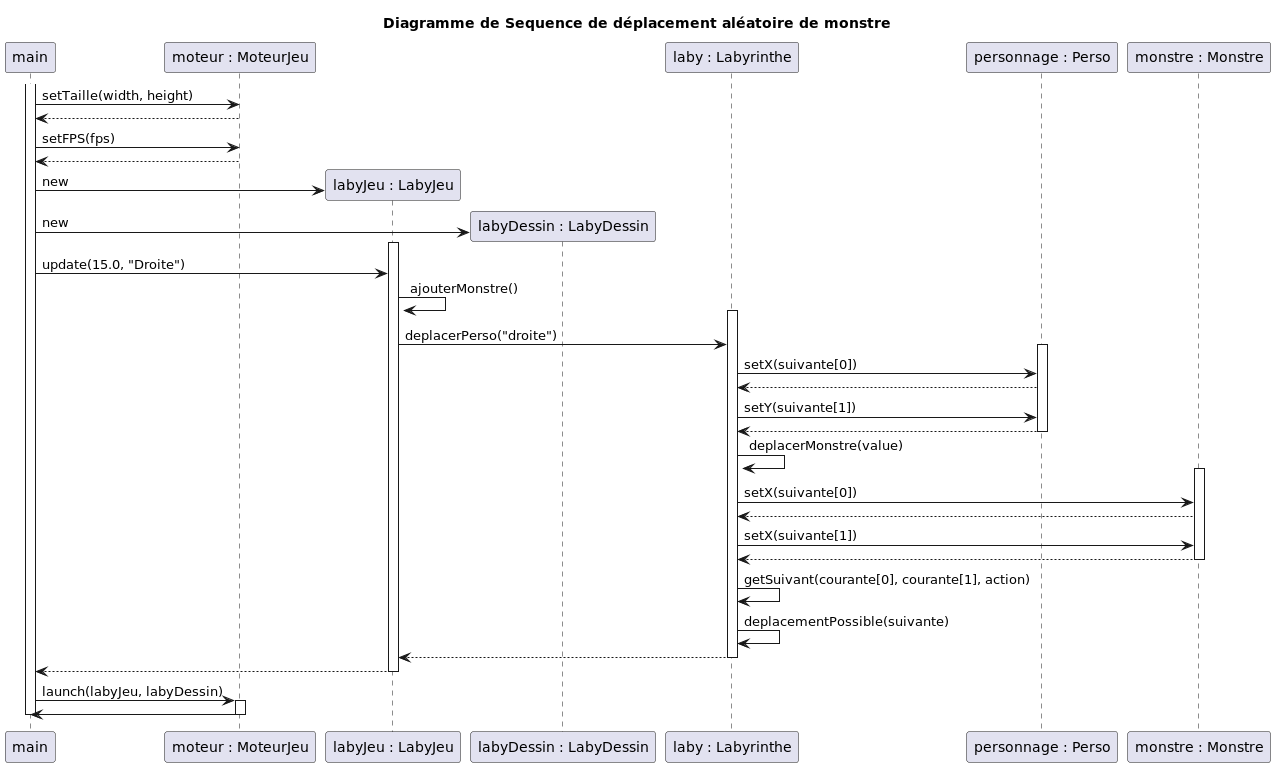
Before: documents/version_3/DiagSeqDeplacementMonstre.png, a diagram exported from PlantUML (Zhi-Sheng-Trieu/2022_Zeldiablo_Doan_Oudin_Trieu_Noel).
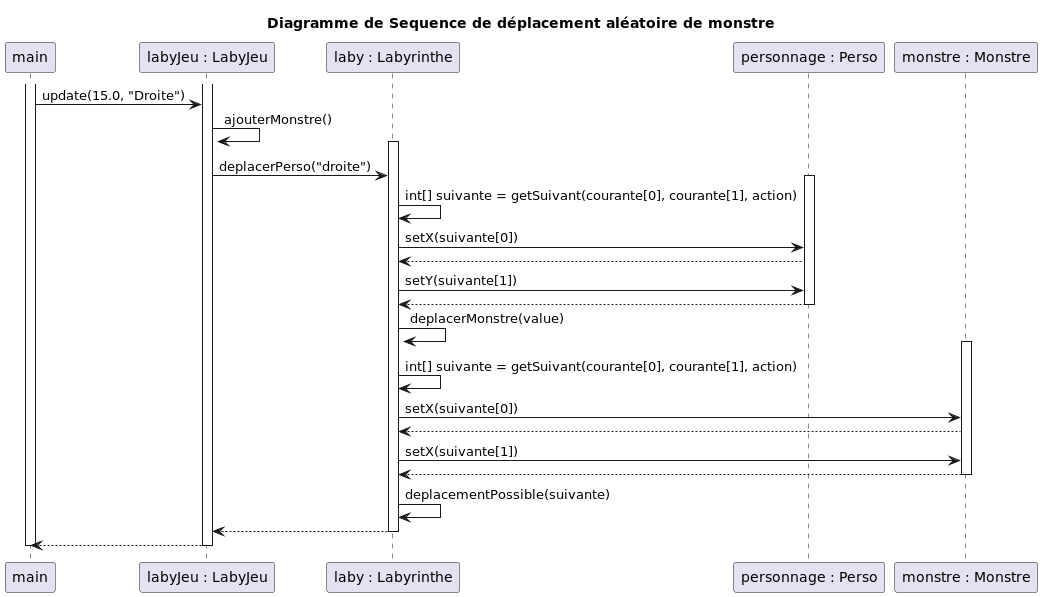
After the change.

Commit message:
daig seq dep monstre

The edit, as a diff of the source:
```diff
@@ -3,9 +3,7 @@
 title Diagramme de Sequence de déplacement aléatoire de monstre
 
 participant "main" as main
-participant "moteur : MoteurJeu" as moteur
 participant "labyJeu : LabyJeu" as labyJeu
-participant "labyDessin : LabyDessin" as labyDessin
 participant "laby : Labyrinthe" as laby
 participant "personnage : Perso" as personnage
 participant "monstre : Monstre" as monstre
@@ -14,14 +12,7 @@
 
 
 activate main
-    main -> moteur : setTaille(width, height)
-    moteur --> main
-    main -> moteur : setFPS(fps)
-    moteur --> main
-    create labyJeu
-    main -> labyJeu : new
-    create labyDessin
-    main -> labyDessin : new
+
 
     activate labyJeu
         main -> labyJeu : update(15.0, "Droite")
@@ -29,6 +20,7 @@
         activate laby
             labyJeu -> laby : deplacerPerso("droite")
             activate personnage
+                laby -> laby : int[] suivante = getSuivant(courante[0], courante[1], action)
                 laby -> personnage : setX(suivante[0])
                 personnage --> laby
                 laby -> personnage : setY(suivante[1])
@@ -36,12 +28,12 @@
             deactivate personnage
             laby -> laby : deplacerMonstre(value)
             activate monstre
+                laby -> laby : int[] suivante = getSuivant(courante[0], courante[1], action)
                 laby -> monstre : setX(suivante[0])
                 monstre --> laby
                 laby -> monstre : setX(suivante[1])
                 monstre --> laby
             deactivate monstre
-            laby -> laby : getSuivant(courante[0], courante[1], action)
             laby -> laby : deplacementPossible(suivante)
             laby --> labyJeu
         deactivate laby
@@ -49,10 +41,7 @@
     labyJeu --> main
     deactivate labyJeu
 
-    main -> moteur : launch(labyJeu, labyDessin)
-    activate moteur
-    moteur -> main
-    deactivate moteur
+
 
 deactivate main
 
```
